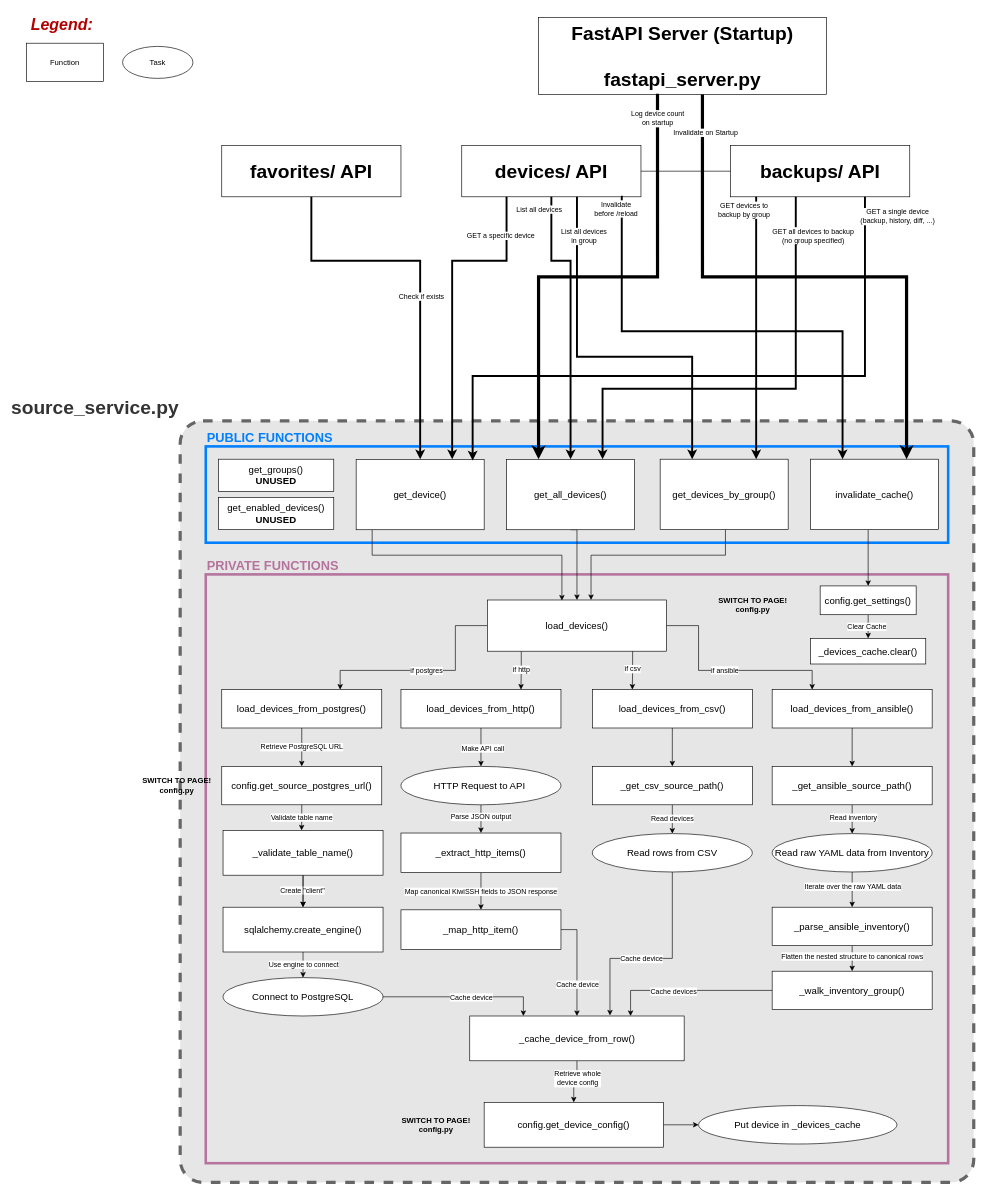
Before: page "Source Service" (2 of 3) of KiwiSSH.drawio in casudo/KiwiSSH, a draw.io diagram. Source tidied: cells renumbered, new cells numbered last; positions are measured from the earlier drawing's top-left corner, leaving out a move shared by most shapes. Both pictures are drawn from the tidied source at 64%, with x=0, y=0 at pixel (26, 11).
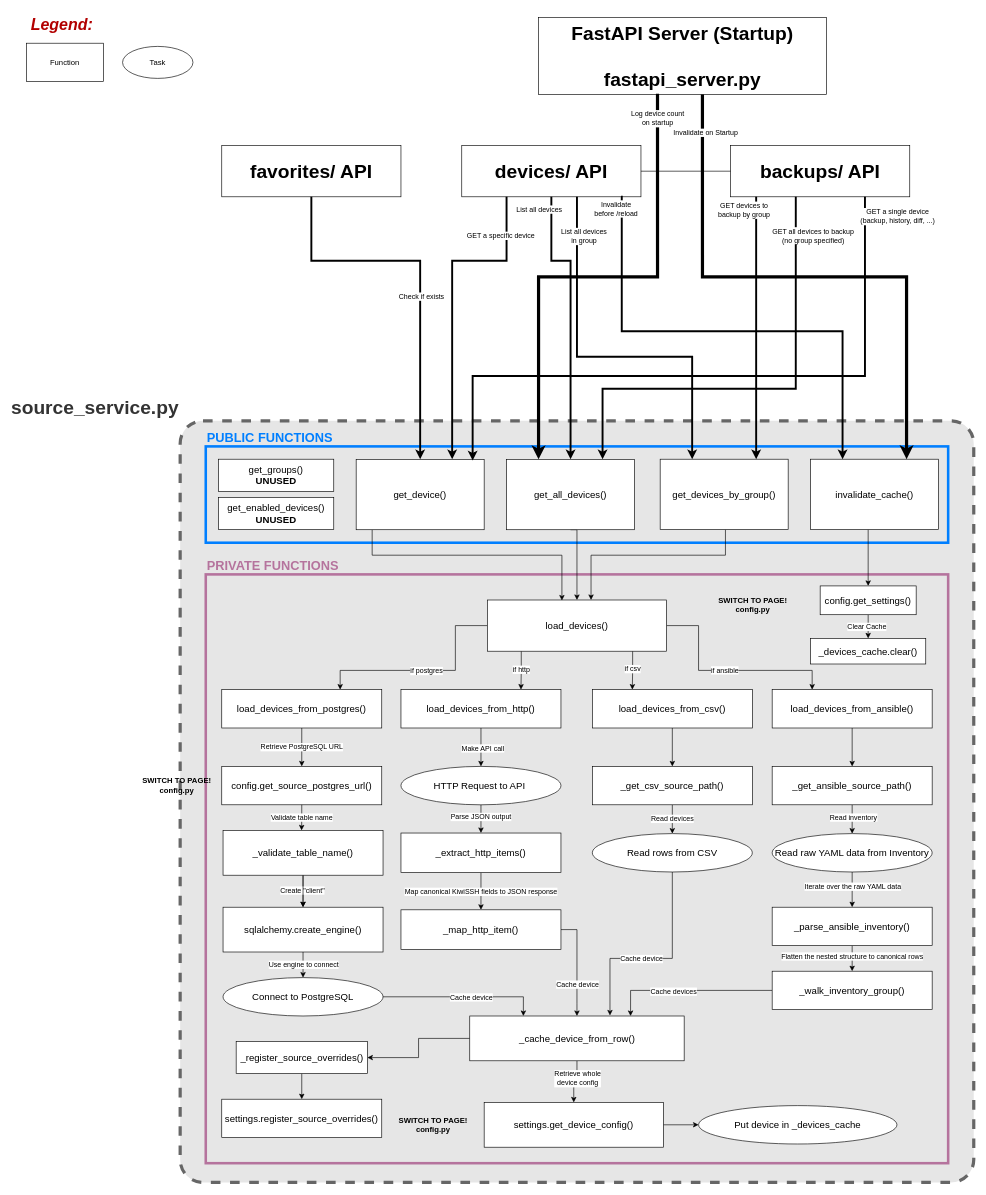
The same page after the edit.

Commit message (it also covers changes not shown here):
docs: update Source Service and add config.py page

Unchanged cells that the change refers to:
```xml
<mxCell id="55" value="_cache_device_from_row()&lt;div style=&quot;font-size: 15px;&quot;&gt;&lt;/div&gt;" style="rounded=0;whiteSpace=wrap;html=1;fontSize=15;" parent="1" vertex="1">
  <mxGeometry x="692.5" y="1570" width="335" height="70" as="geometry" />
</mxCell>
```

The edit, as a diff of the source:
```diff
@@
+    <mxCell id="122" style="edgeStyle=orthogonalEdgeStyle;rounded=0;jettySize=auto;html=1;" parent="1" edge="1" source="55" target="124">
+      <mxGeometry relative="1" as="geometry" />
+    </mxCell>
@@
-    <mxCell id="57" value="config.get_device_config()&lt;div style=&quot;font-size: 15px;&quot;&gt;&lt;/div&gt;" style="rounded=0;whiteSpace=wrap;html=1;fontSize=15;" parent="1" vertex="1">
+    <mxCell id="57" value="settings.get_device_config()&lt;div style=&quot;font-size: 15px;&quot;&gt;&lt;/div&gt;" style="rounded=0;whiteSpace=wrap;html=1;fontSize=15;" parent="1" vertex="1">
       <mxGeometry x="715" y="1705" width="280" height="70" as="geometry" />
     </mxCell>
     <mxCell id="58" value="&lt;b&gt;SWITCH TO PAGE!&lt;/b&gt;&lt;div&gt;&lt;b&gt;config.py&lt;/b&gt;&lt;/div&gt;" style="text;html=1;align=center;verticalAlign=middle;whiteSpace=wrap;rounded=0;" parent="1" vertex="1">
-      <mxGeometry x="575" y="1720" width="130" height="40" as="geometry" />
+      <mxGeometry x="564" y="1720" width="143" height="40" as="geometry" />
     </mxCell>
@@
+    <mxCell id="123" style="edgeStyle=orthogonalEdgeStyle;rounded=0;jettySize=auto;html=1;entryX=0.5;entryY=0;entryDx=0;entryDy=0;" parent="1" edge="1" source="124" target="125">
+      <mxGeometry relative="1" as="geometry" />
+    </mxCell>
+    <mxCell id="124" value="_register_source_overrides()" style="whiteSpace=wrap;html=1;fontSize=15;" parent="1" vertex="1">
+      <mxGeometry x="327.5" y="1610" width="205" height="50" as="geometry" />
+    </mxCell>
+    <mxCell id="125" value="settings.register_source_overrides()" style="whiteSpace=wrap;html=1;fontSize=15;" parent="1" vertex="1">
+      <mxGeometry x="305" y="1700" width="250" height="60" as="geometry" />
+    </mxCell>
```
